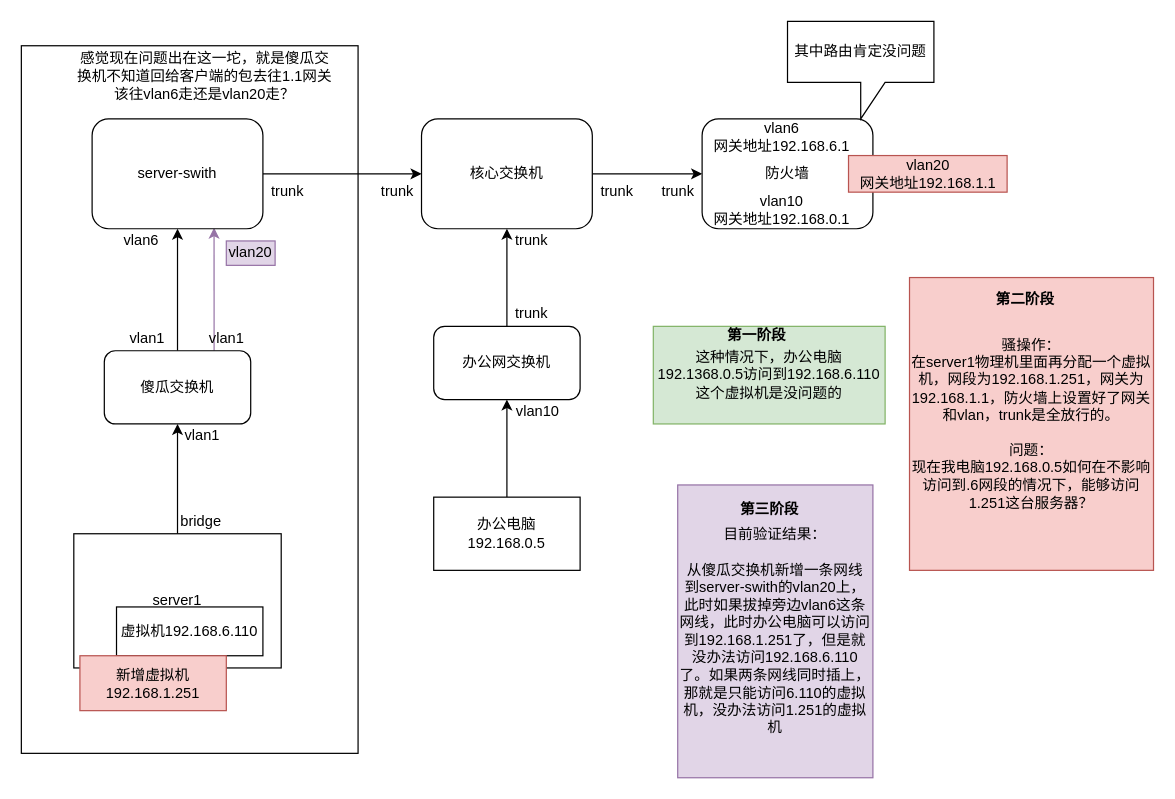
The draw.io diagram pve-Network.drawio in Qiwei-Ran/MyRepository, before the edit. Source tidied: cells renumbered, new cells numbered last; positions are measured from the earlier drawing's top-left corner, leaving out a move shared by most shapes. Both pictures are drawn from the tidied source at 122%, with x=0, y=0 at pixel (21, 21).
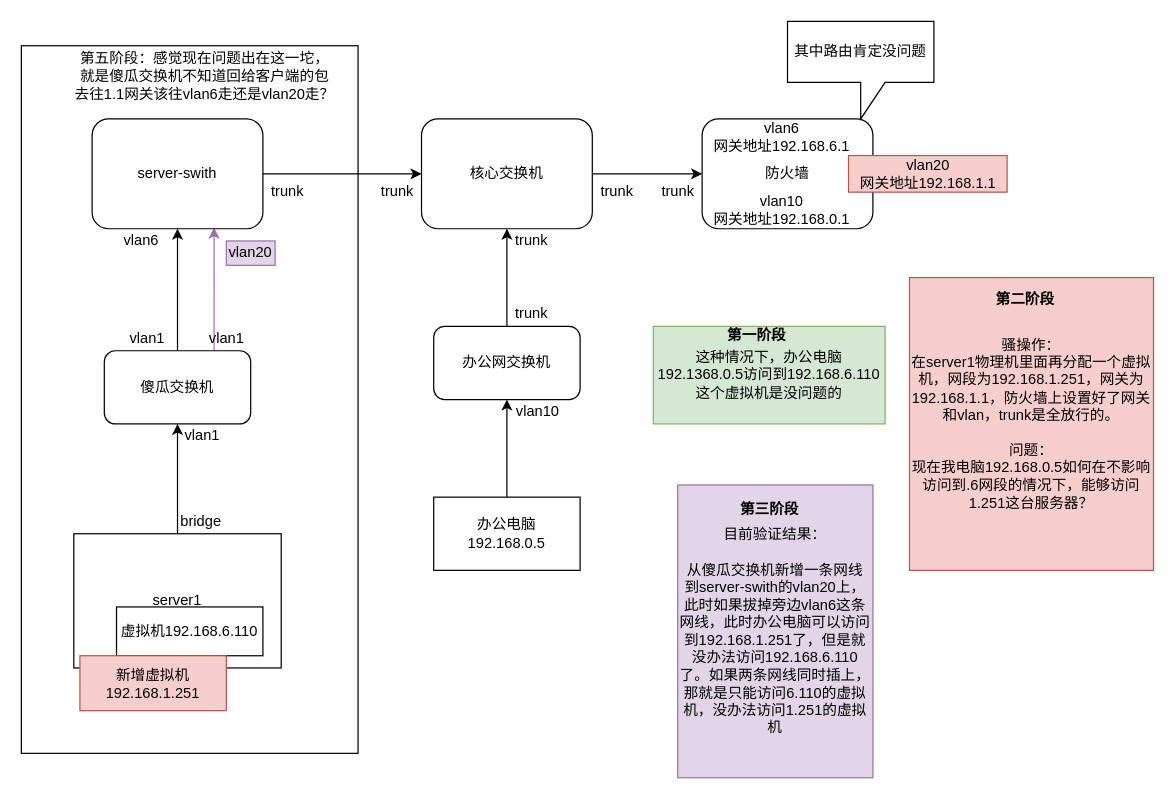
The same diagram, later.

Diff of the diagram source:
```diff
@@
-    <mxCell id="42" value="感觉现在问题出在这一坨，就是傻瓜交换机不知道回给客户端的包去往1.1网关该往vlan6走还是vlan20走？" style="text;html=1;strokeColor=none;fillColor=none;align=center;verticalAlign=middle;whiteSpace=wrap;rounded=0;" parent="1" vertex="1">
+    <mxCell id="42" value="第五阶段：感觉现在问题出在这一坨，就是傻瓜交换机不知道回给客户端的包去往1.1网关该往vlan6走还是vlan20走？" style="text;html=1;strokeColor=none;fillColor=none;align=center;verticalAlign=middle;whiteSpace=wrap;rounded=0;" parent="1" vertex="1">
       <mxGeometry x="43" y="30" width="215" height="30" as="geometry" />
     </mxCell>
```
